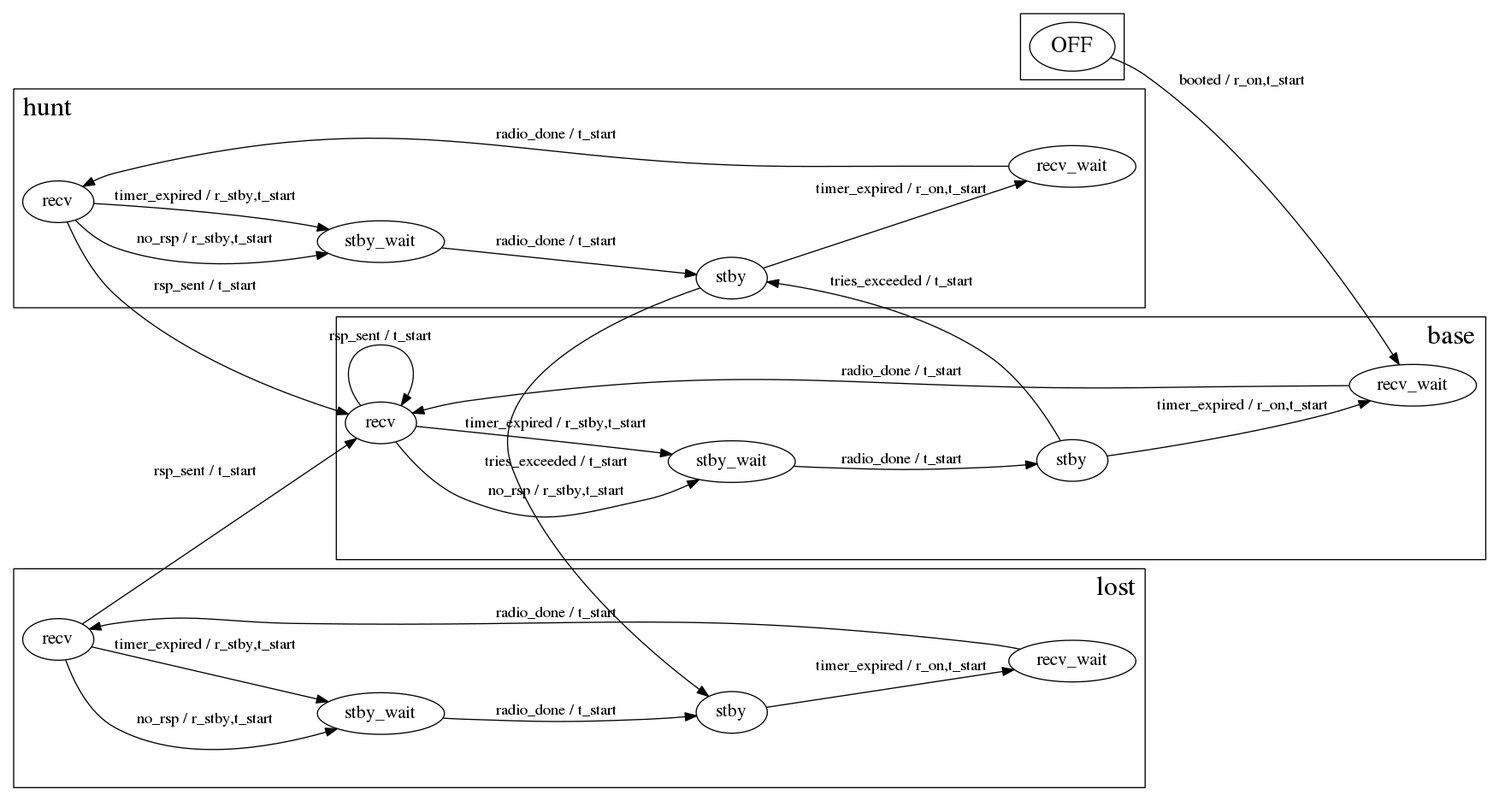
The Graphviz diagram apps/tagmon/tagmonograph.png in MamMark/mm, before a commit. Its source is kept beside it as apps/tagmon/tagmonograph.dot. Its diagram source:
```dot
digraph G {
nodesep=0.7;
rankdir=LR;
subgraph cluster_Off {
fontsize=24;
label="";
labeljust=l;
off [fontsize=20, label=OFF];
}

subgraph cluster_Hunt {
fontsize=24;
label=hunt;
labeljust=l;
hunt_recv [fontsize=16, label=recv];
hunt_stby [fontsize=16, label=stby];
hunt_recv_wait [fontsize=16, label=recv_wait];
hunt_stby_wait [fontsize=16, label=stby_wait];
}

subgraph cluster_Lost {
fontsize=24;
label=lost;
labeljust=r;
lost_recv [fontsize=16, label=recv];
lost_stby [fontsize=16, label=stby];
lost_recv_wait [fontsize=16, label=recv_wait];
lost_stby_wait [fontsize=16, label=stby_wait];
}

subgraph cluster_Base {
fontsize=24;
label=base;
labeljust=r;
base_recv [fontsize=16, label=recv];
base_stby [fontsize=16, label=stby];
base_recv_wait [fontsize=16, label=recv_wait];
base_stby_wait [fontsize=16, label=stby_wait];
}

off -> base_recv_wait  [label="booted / r_on,t_start"];
base_recv -> base_stby_wait  [label="no_rsp / r_stby,t_start"];
base_recv -> base_stby_wait  [label="timer_expired / r_stby,t_start"];
base_stby -> base_recv_wait  [label="timer_expired / r_on,t_start"];
base_recv -> base_recv  [label="rsp_sent / t_start"];
base_stby -> hunt_stby  [label="tries_exceeded / t_start"];
base_recv_wait -> base_recv  [label="radio_done / t_start"];
base_stby_wait -> base_stby  [label="radio_done / t_start"];
hunt_recv -> hunt_stby_wait  [label="no_rsp / r_stby,t_start"];
hunt_recv -> hunt_stby_wait  [label="timer_expired / r_stby,t_start"];
hunt_stby -> hunt_recv_wait  [label="timer_expired / r_on,t_start"];
hunt_recv -> base_recv  [label="rsp_sent / t_start"];
hunt_stby -> lost_stby  [label="tries_exceeded / t_start"];
hunt_recv_wait -> hunt_recv  [label="radio_done / t_start"];
hunt_stby_wait -> hunt_stby  [label="radio_done / t_start"];
lost_recv -> lost_stby_wait  [label="no_rsp / r_stby,t_start"];
lost_recv -> lost_stby_wait  [label="timer_expired / r_stby,t_start"];
lost_stby -> lost_recv_wait  [label="timer_expired / r_on,t_start"];
lost_recv -> base_recv  [label="rsp_sent / t_start"];
lost_recv_wait -> lost_recv  [label="radio_done / t_start"];
lost_stby_wait -> lost_stby  [label="radio_done / t_start"];
}
```
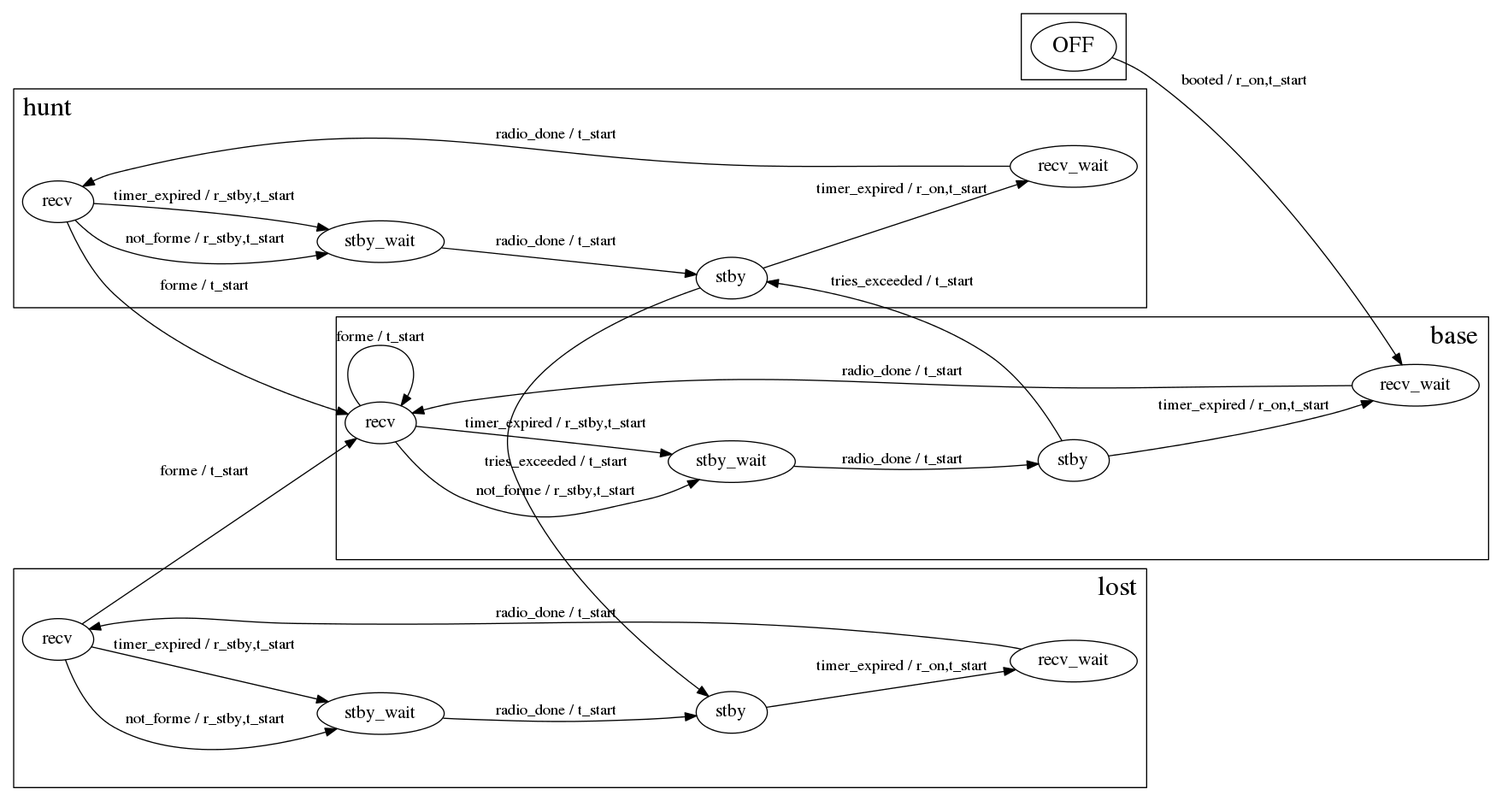
Above is the later version.

Commit message:
tagnet/monitor: modify state machine diagram, recv -> forme/notforme

transitions out of RECV are forme/not_forme.  Used to be rsp/no_rsp.

This is an update to the diagram only.

What changed in the source:
```diff
@@ -39,24 +39,24 @@
 }
 
 off -> base_recv_wait  [label="booted / r_on,t_start"];
-base_recv -> base_stby_wait  [label="no_rsp / r_stby,t_start"];
+base_recv -> base_stby_wait  [label="not_forme / r_stby,t_start"];
 base_recv -> base_stby_wait  [label="timer_expired / r_stby,t_start"];
 base_stby -> base_recv_wait  [label="timer_expired / r_on,t_start"];
-base_recv -> base_recv  [label="rsp_sent / t_start"];
+base_recv -> base_recv  [label="forme / t_start"];
 base_stby -> hunt_stby  [label="tries_exceeded / t_start"];
 base_recv_wait -> base_recv  [label="radio_done / t_start"];
 base_stby_wait -> base_stby  [label="radio_done / t_start"];
-hunt_recv -> hunt_stby_wait  [label="no_rsp / r_stby,t_start"];
+hunt_recv -> hunt_stby_wait  [label="not_forme / r_stby,t_start"];
 hunt_recv -> hunt_stby_wait  [label="timer_expired / r_stby,t_start"];
 hunt_stby -> hunt_recv_wait  [label="timer_expired / r_on,t_start"];
-hunt_recv -> base_recv  [label="rsp_sent / t_start"];
+hunt_recv -> base_recv  [label="forme / t_start"];
 hunt_stby -> lost_stby  [label="tries_exceeded / t_start"];
 hunt_recv_wait -> hunt_recv  [label="radio_done / t_start"];
 hunt_stby_wait -> hunt_stby  [label="radio_done / t_start"];
-lost_recv -> lost_stby_wait  [label="no_rsp / r_stby,t_start"];
+lost_recv -> lost_stby_wait  [label="not_forme / r_stby,t_start"];
 lost_recv -> lost_stby_wait  [label="timer_expired / r_stby,t_start"];
 lost_stby -> lost_recv_wait  [label="timer_expired / r_on,t_start"];
-lost_recv -> base_recv  [label="rsp_sent / t_start"];
+lost_recv -> base_recv  [label="forme / t_start"];
 lost_recv_wait -> lost_recv  [label="radio_done / t_start"];
 lost_stby_wait -> lost_stby  [label="radio_done / t_start"];
 }
```
